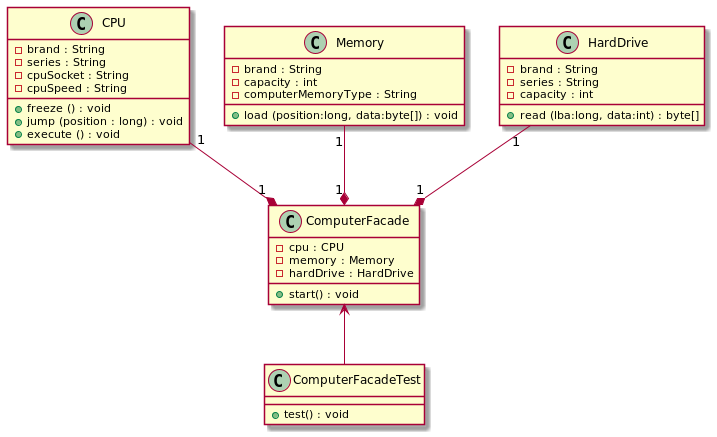
Above: src/main/java/com/rezahdrm/structural/facade/facadeUML.png in reza-hdrm/DesignPatterns (PlantUML), before the change. Its diagram source:
```plantuml
@startuml

class CPU {
    - brand : String
    - series : String
    - cpuSocket : String
    - cpuSpeed : String

    + freeze () : void
    + jump (position : long) : void
    + execute () : void
}

class Memory {
    - brand : String
    - capacity : int
    - computerMemoryType : String

    + load (position:long, data:byte[]) : void
}

class HardDrive {
    - brand : String
    - series : String
    - capacity : int

    + read (lba:long, data:int) : byte[]
}

class ComputerFacade {
    - cpu : CPU
    - memory : Memory
    - hardDrive : HardDrive

    + start() : void
}

class ComputerFacadeTest {
    + test() : void
}

CPU "1"--*"1" ComputerFacade
Memory "1"--*"1" ComputerFacade
HardDrive "1"--*"1" ComputerFacade
ComputerFacade <-- ComputerFacadeTest


@enduml
```
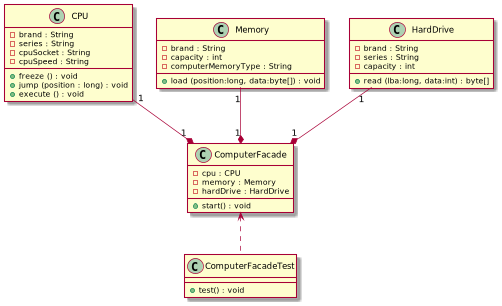
After the change.

Diff of the diagram source:
```diff
@@ -42,7 +42,7 @@
 CPU "1"--*"1" ComputerFacade
 Memory "1"--*"1" ComputerFacade
 HardDrive "1"--*"1" ComputerFacade
-ComputerFacade <-- ComputerFacadeTest
+ComputerFacade <.. ComputerFacadeTest
 
 
 @enduml
```
